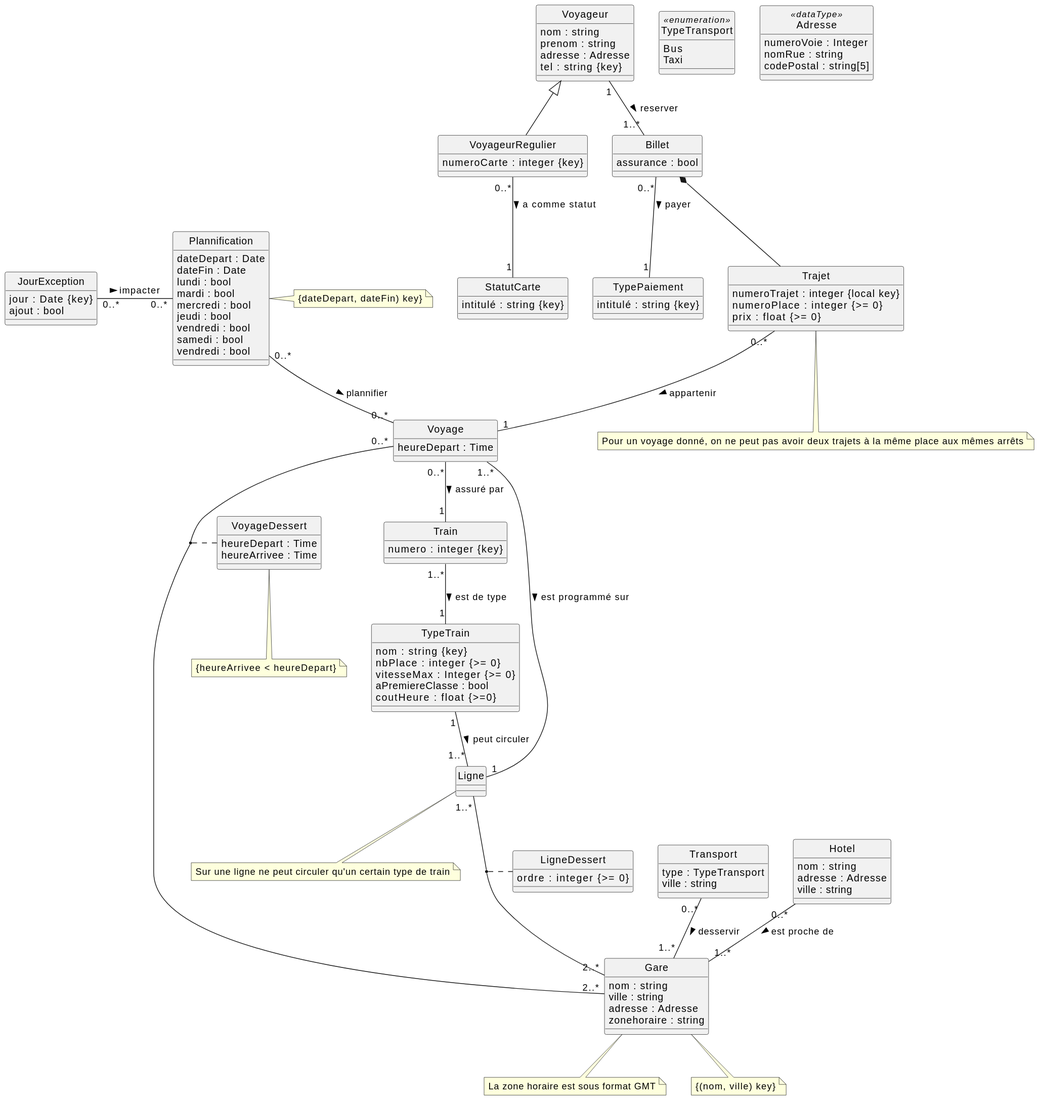
Earlier version of the PlantUML export diagramme_classe.svg (YiguangMEI/Gestion-de-la-BD-des-gares).
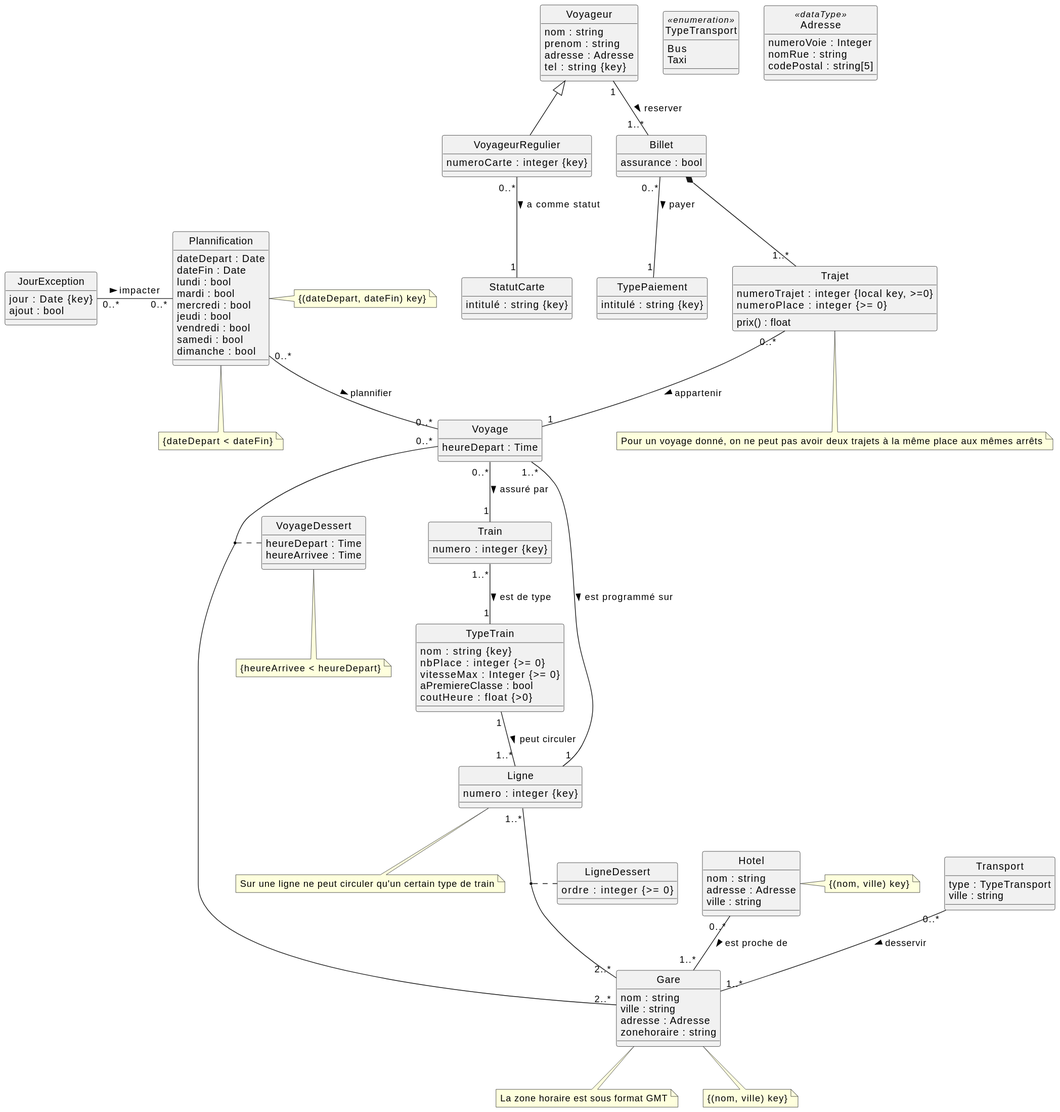
The same file after the commit.

Commit message:
Modification du diagramme de classe

Change to the diagram source:
```diff
@@ -6,7 +6,7 @@
 	nbPlace : integer {>= 0}
 	vitesseMax : Integer {>= 0}
 	aPremiereClasse : bool
-	coutHeure : float {>=0}
+	coutHeure : float {>0}
 }
 
 class Train {
@@ -49,7 +49,9 @@
 	zonehoraire : string
 }
 
-class Ligne
+class Ligne {
+	numero : integer {key}
+}
 
 class LigneDessert {
 	ordre : integer {>= 0}
@@ -68,7 +70,7 @@
 	jeudi : bool
 	vendredi : bool
 	samedi : bool
-	vendredi : bool
+	dimanche : bool
 }
 
 class JourException {
@@ -82,9 +84,9 @@
 }
 
 class Trajet {
-	numeroTrajet : integer {local key}
+	numeroTrajet : integer {local key, >=0}
 	numeroPlace : integer {>= 0}
-	prix : float {>= 0}
+	prix() : float
 }
 
 
@@ -144,7 +146,7 @@
 Trajet "0..*" -- "1" Voyage : appartenir >
 
 
-Billet *-- Trajet
+Billet *-- "1..*" Trajet
 
 Voyageur "1" -- "1..*" Billet : reserver >
 
@@ -167,8 +169,15 @@
 note "Pour un voyage donné, on ne peut pas avoir deux trajets à la même place aux mêmes arrêts" as N5
 Trajet .. N5
 
-note "{dateDepart, dateFin) key}" as N6
+note "{(dateDepart, dateFin) key}" as N6
 Plannification . N6
+
+note "{(nom, ville) key}" as N8
+Hotel . N8
+
+note "{dateDepart < dateFin}" as N9
+Plannification .. N9
+
 
 
 hide class circle
```
